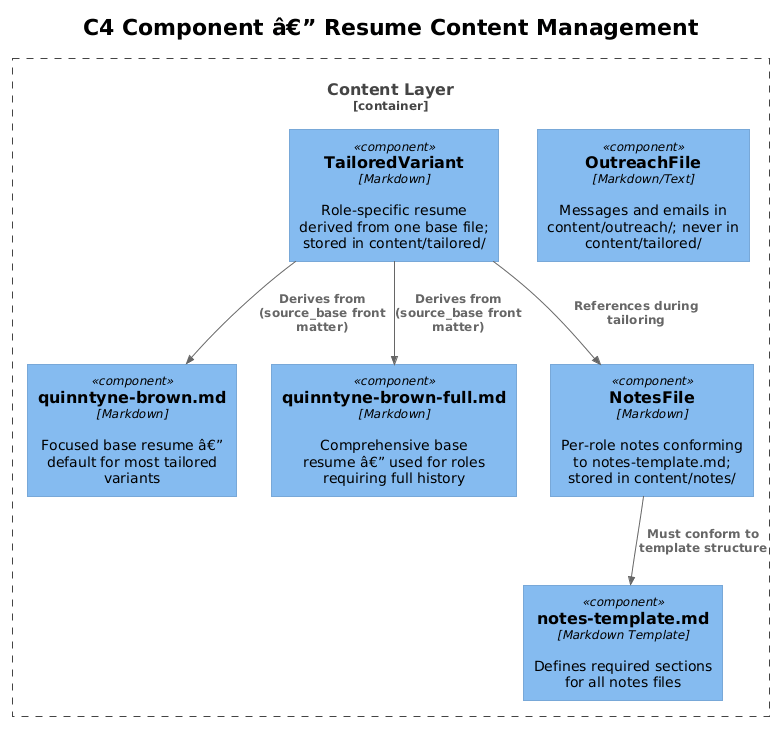
QuinntyneBrown/Orbit keeps this PlantUML diagram as docs/detailed-designs/01-resume-content-management/diagrams/c4_component.png. Above is the earlier version. Its diagram source:
```plantuml
@startuml
!theme plain
!include <C4/C4_Component>

title C4 Component â€” Resume Content Management

Container_Boundary(content, "Content Layer") {
    Component(focused, "quinntyne-brown.md", "Markdown", "Focused base resume â€” default for most tailored variants")
    Component(full, "quinntyne-brown-full.md", "Markdown", "Comprehensive base resume â€” used for roles requiring full history")
    Component(variant, "TailoredVariant", "Markdown", "Role-specific resume derived from one base file; stored in content/tailored/")
    Component(notes, "NotesFile", "Markdown", "Per-role notes conforming to notes-template.md; stored in content/notes/")
    Component(outreach, "OutreachFile", "Markdown/Text", "Messages and emails in content/outreach/; never in content/tailored/")
    Component(tmpl, "notes-template.md", "Markdown Template", "Defines required sections for all notes files")
}

Rel(variant, focused, "Derives from (source_base front matter)")
Rel(variant, full, "Derives from (source_base front matter)")
Rel(notes, tmpl, "Must conform to template structure")
Rel(variant, notes, "References during tailoring")
@enduml
```
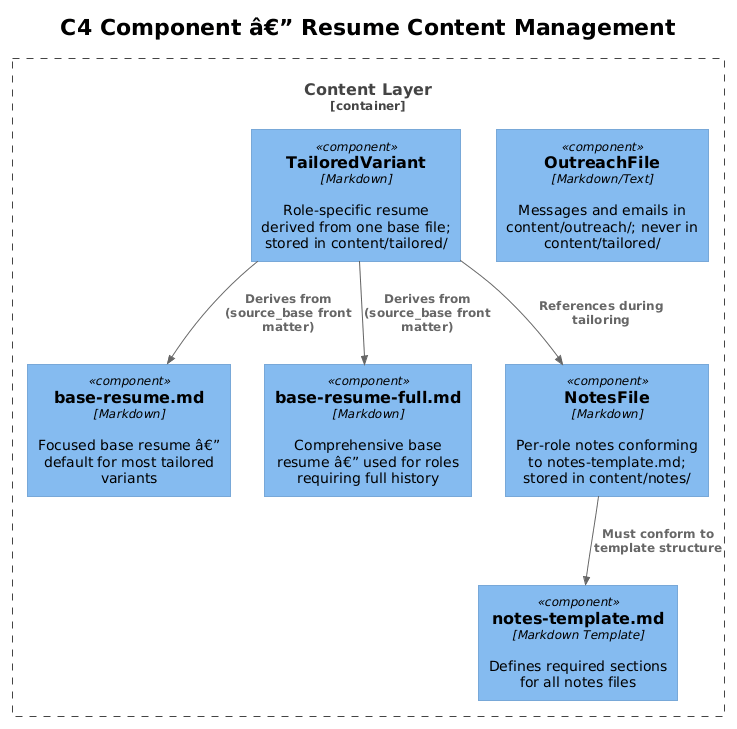
The same diagram one commit later.

Change to the diagram source:
```diff
@@ -5,8 +5,8 @@
 title C4 Component â€” Resume Content Management
 
 Container_Boundary(content, "Content Layer") {
-    Component(focused, "quinntyne-brown.md", "Markdown", "Focused base resume â€” default for most tailored variants")
-    Component(full, "quinntyne-brown-full.md", "Markdown", "Comprehensive base resume â€” used for roles requiring full history")
+    Component(focused, "base-resume.md", "Markdown", "Focused base resume â€” default for most tailored variants")
+    Component(full, "base-resume-full.md", "Markdown", "Comprehensive base resume â€” used for roles requiring full history")
     Component(variant, "TailoredVariant", "Markdown", "Role-specific resume derived from one base file; stored in content/tailored/")
     Component(notes, "NotesFile", "Markdown", "Per-role notes conforming to notes-template.md; stored in content/notes/")
     Component(outreach, "OutreachFile", "Markdown/Text", "Messages and emails in content/outreach/; never in content/tailored/")
```
